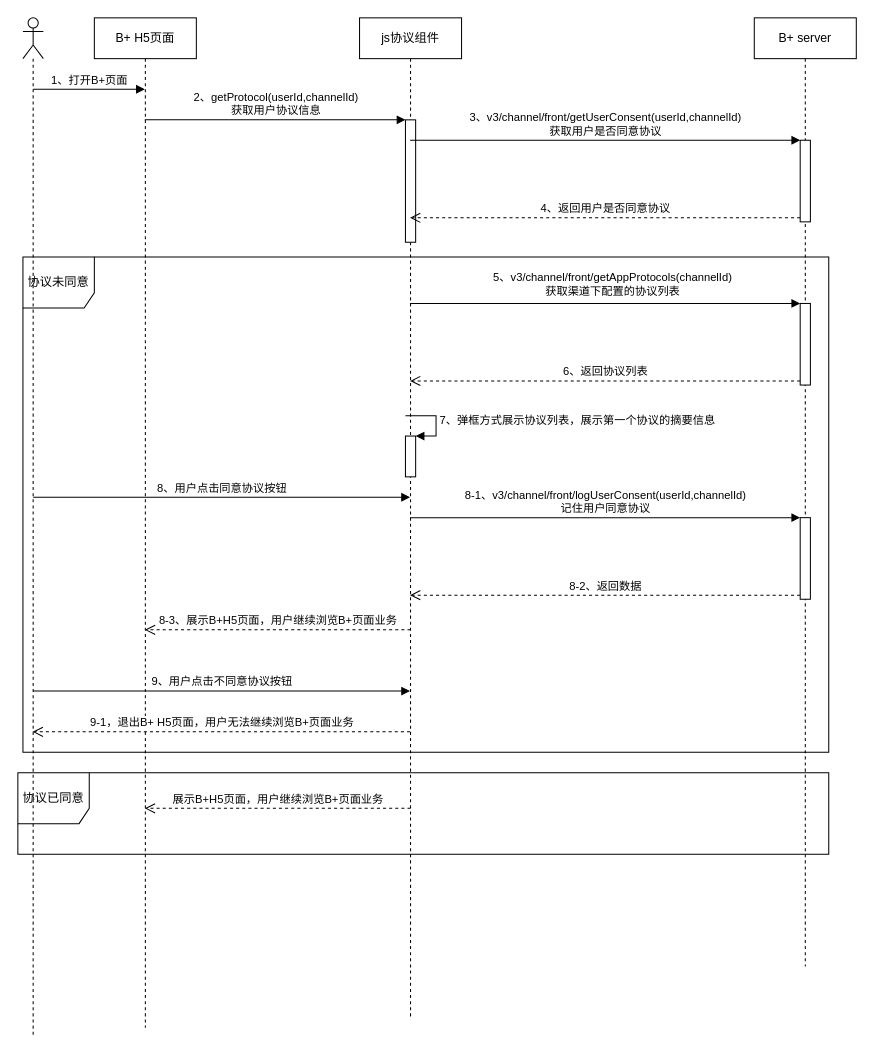
huturenji/drawio keeps this draw.io diagram as page "B+协议弹框流程" (2 of 5) of B+流程图.drawio. Above is the earlier version. Source tidied: cells renumbered, new cells numbered last; positions are measured from the earlier drawing's top-left corner, leaving out a move shared by most shapes. Both pictures are drawn from the tidied source at 102%, with x=0, y=0 at pixel (17, 17).
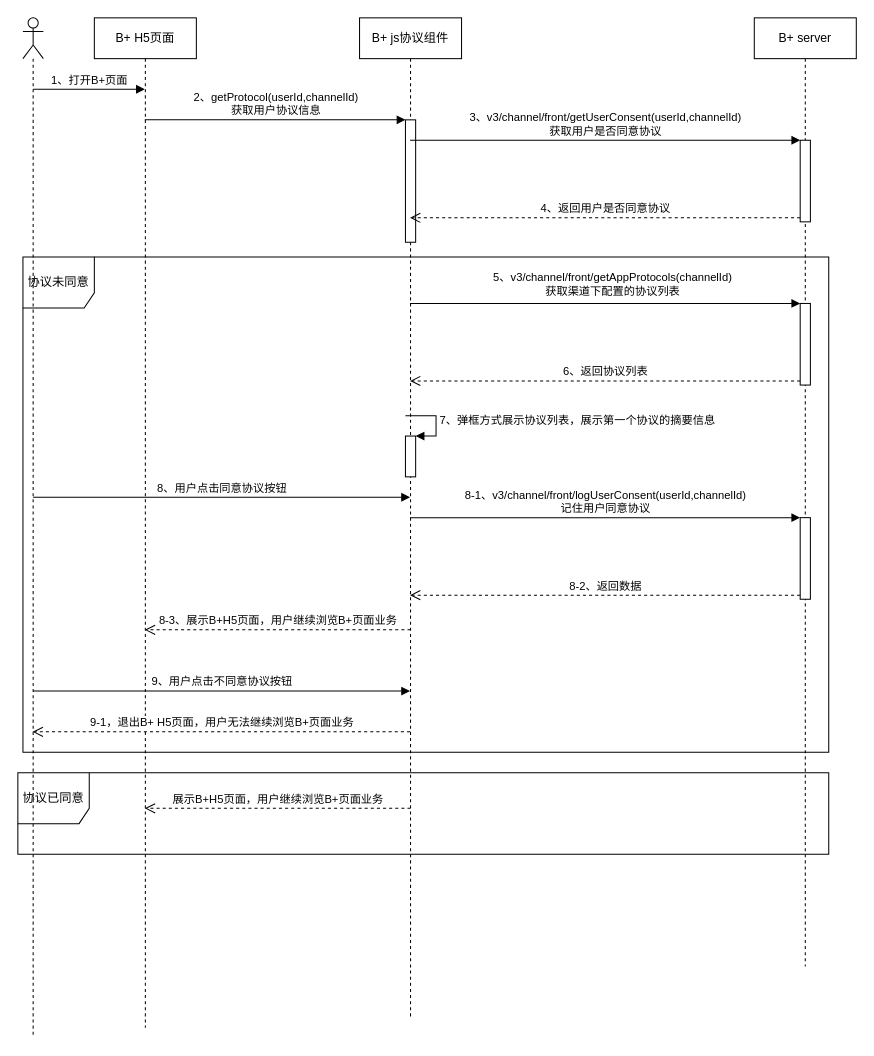
The same diagram, later.

Commit message (it also covers changes not shown here):
更新B+流程图.drawio

Diff of the diagram source:
```diff
@@
-    <mxCell id="9" value="js协议组件" style="shape=umlLifeline;perimeter=lifelinePerimeter;whiteSpace=wrap;html=1;outlineConnect=0;" parent="1" vertex="1">
+    <mxCell id="9" value="B+ js协议组件" style="shape=umlLifeline;perimeter=lifelinePerimeter;whiteSpace=wrap;html=1;outlineConnect=0;" parent="1" vertex="1">
       <mxGeometry x="335" width="100" height="980" as="geometry" />
     </mxCell>
```
